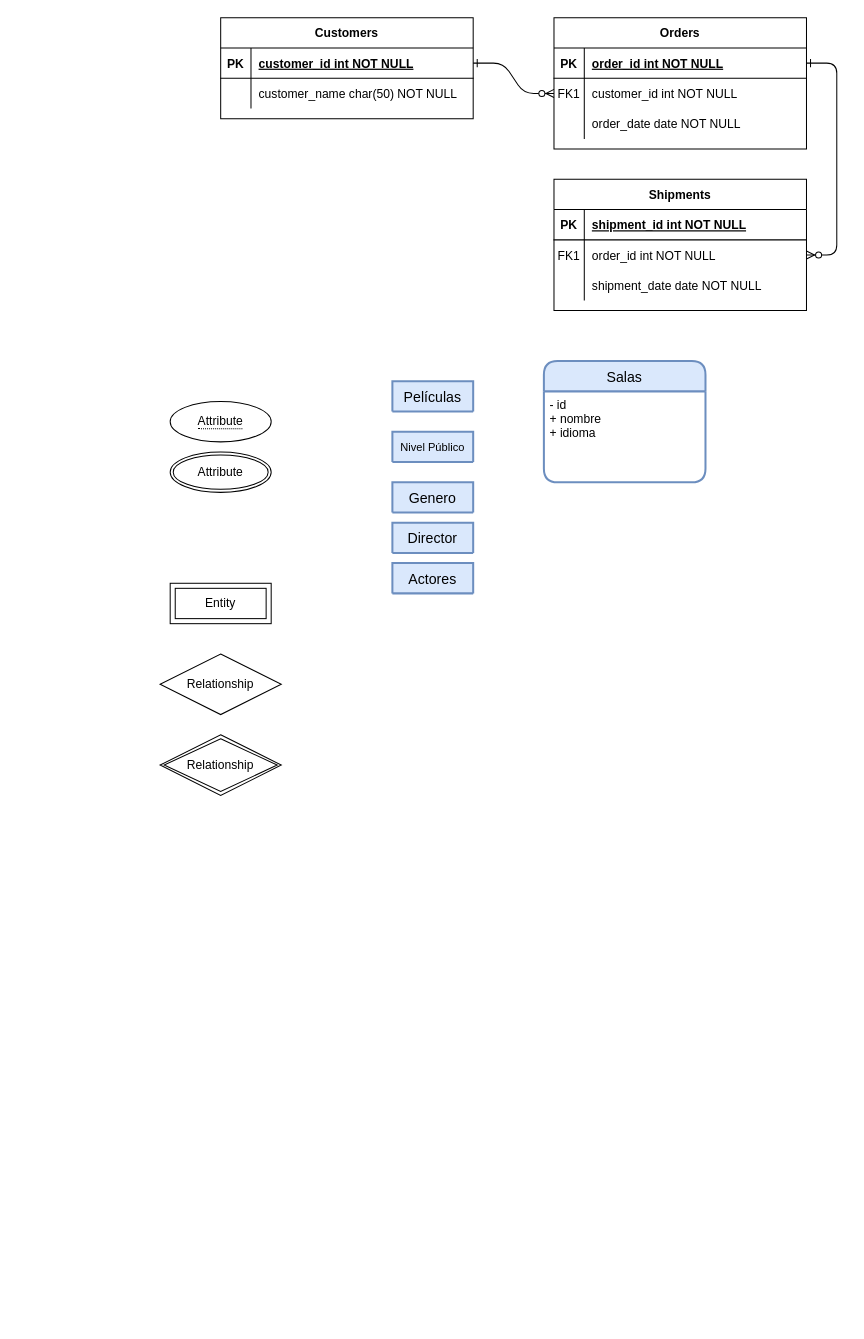
The draw.io diagram E-R/er.drawio in alexanderhacks/Proyecto-BD, before the edit. Source tidied: cells renumbered, new cells numbered last; positions are measured from the earlier drawing's top-left corner, leaving out a move shared by most shapes. Both pictures are drawn from the tidied source at 101%, with x=0, y=0 at pixel (160, 17).
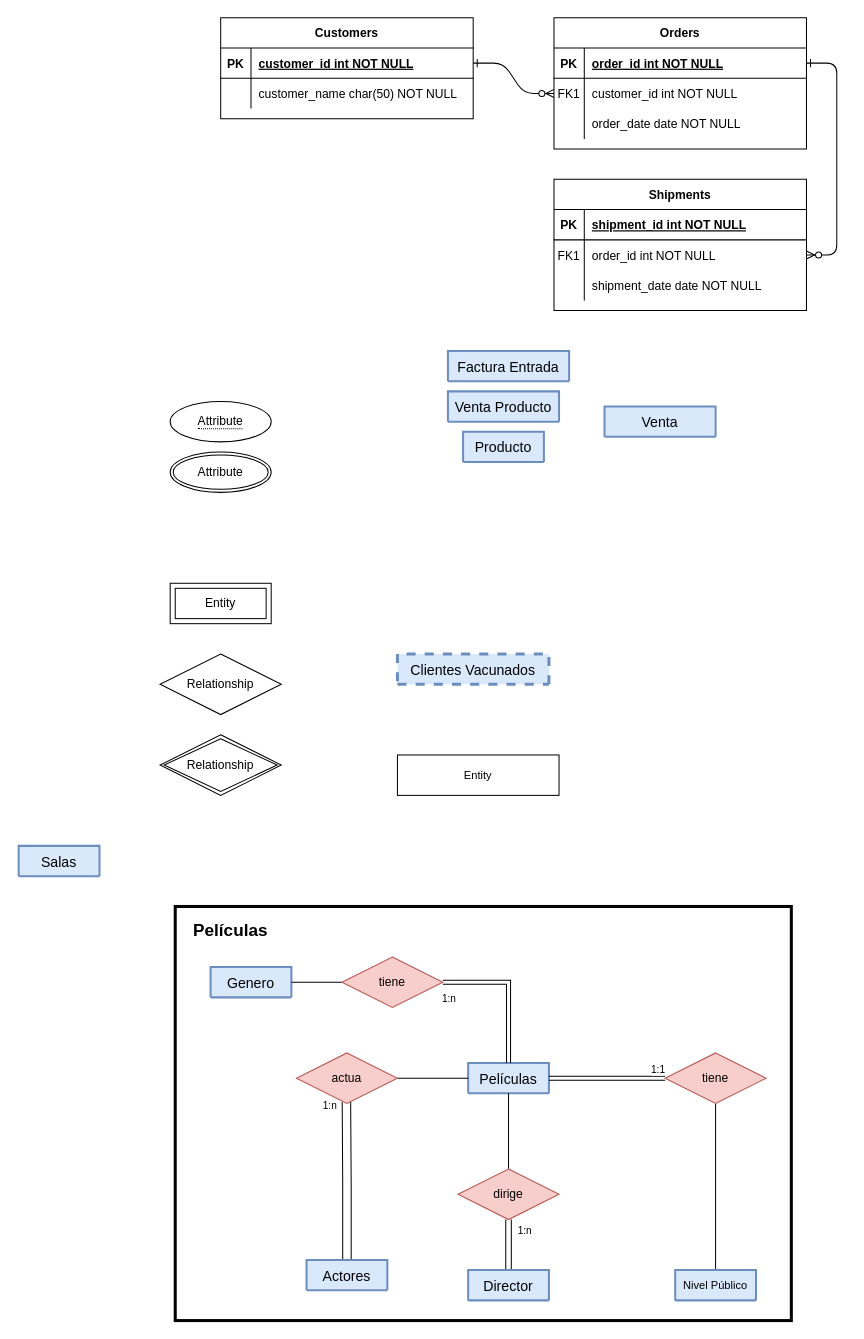
After the change.

Change to the diagram source:
```diff
@@
+    <mxCell id="43" style="rounded=0;whiteSpace=wrap;html=1;labelBackgroundColor=none;labelBorderColor=none;fontSize=11;strokeWidth=3;align=center;verticalAlign=middle;fillColor=none;" parent="1" vertex="1">
+      <mxGeometry x="15" y="880" width="610" height="410" as="geometry" />
+    </mxCell>
@@
+    <mxCell id="44" style="edgeStyle=orthogonalEdgeStyle;shape=link;rounded=0;jettySize=auto;html=1;fontSize=17;endArrow=none;endFill=0;width=-8.387096774193548;entryX=0.495;entryY=0.969;entryDx=0;entryDy=0;entryPerimeter=0;" parent="1" edge="1" source="36" target="59">
+      <mxGeometry relative="1" as="geometry" />
+    </mxCell>
+    <mxCell id="45" value="1:n" style="edgeLabel;html=1;align=center;verticalAlign=middle;fontSize=10;" parent="44" vertex="1">
+      <mxGeometry x="0.72" y="-3" relative="1" as="geometry">
+        <mxPoint x="-20" y="-19" as="offset" />
+      </mxGeometry>
+    </mxCell>
     <mxCell id="36" value="Actores" style="swimlane;horizontal=1;startSize=30;rounded=1;fontSize=14;fontStyle=0;strokeWidth=2;shadow=0;dashed=0;align=center;fillColor=#dae8fc;strokeColor=#6c8ebf;" parent="1" vertex="1" collapsed="1">
-      <mxGeometry x="230" y="540" width="80" height="30" as="geometry" />
+      <mxGeometry x="145" y="1230" width="80" height="30" as="geometry" />
     </mxCell>
+    <mxCell id="46" style="edgeStyle=orthogonalEdgeStyle;rounded=0;jettySize=auto;html=1;fontSize=17;endArrow=none;endFill=0;shape=link;width=-5.483870967741936;" parent="1" edge="1" source="37" target="57">
+      <mxGeometry relative="1" as="geometry">
+        <Array as="points">
+          <mxPoint x="345" y="1210" />
+          <mxPoint x="345" y="1210" />
+        </Array>
+      </mxGeometry>
+    </mxCell>
+    <mxCell id="47" value="1:n" style="edgeLabel;html=1;align=center;verticalAlign=middle;fontSize=10;" parent="46" vertex="1">
+      <mxGeometry x="0.78" y="-3" relative="1" as="geometry">
+        <mxPoint x="12" y="5" as="offset" />
+      </mxGeometry>
+    </mxCell>
     <mxCell id="37" value="Director" style="swimlane;horizontal=1;startSize=30;rounded=1;fontSize=14;fontStyle=0;strokeWidth=2;shadow=0;dashed=0;align=center;fillColor=#dae8fc;strokeColor=#6c8ebf;" parent="1" vertex="1" collapsed="1">
-      <mxGeometry x="230" y="500" width="80" height="30" as="geometry" />
+      <mxGeometry x="305" y="1240" width="80" height="30" as="geometry" />
     </mxCell>
     <mxCell id="38" value="Películas" style="swimlane;horizontal=1;startSize=30;rounded=1;fontSize=14;fontStyle=0;strokeWidth=2;shadow=0;dashed=0;align=center;fillColor=#dae8fc;strokeColor=#6c8ebf;" parent="1" vertex="1" collapsed="1">
-      <mxGeometry x="230" y="360" width="80" height="30" as="geometry" />
+      <mxGeometry x="305" y="1035" width="80" height="30" as="geometry" />
     </mxCell>
     <mxCell id="39" value="Genero" style="swimlane;horizontal=1;startSize=30;rounded=1;fontSize=14;fontStyle=0;strokeWidth=2;shadow=0;dashed=0;align=center;fillColor=#dae8fc;strokeColor=#6c8ebf;" parent="1" vertex="1" collapsed="1">
-      <mxGeometry x="230" y="460" width="80" height="30" as="geometry" />
+      <mxGeometry x="50" y="940" width="80" height="30" as="geometry" />
     </mxCell>
+    <mxCell id="48" style="edgeStyle=orthogonalEdgeStyle;rounded=0;jettySize=auto;html=1;fontSize=17;endArrow=none;endFill=0;" parent="1" edge="1" source="40" target="62">
+      <mxGeometry relative="1" as="geometry" />
+    </mxCell>
     <mxCell id="40" value="Nivel Público" style="swimlane;horizontal=1;startSize=30;rounded=1;fontSize=11;fontStyle=0;strokeWidth=2;shadow=0;dashed=0;align=center;fillColor=#dae8fc;strokeColor=#6c8ebf;" parent="1" vertex="1" collapsed="1">
-      <mxGeometry x="230" y="410" width="80" height="30" as="geometry" />
+      <mxGeometry x="510" y="1240" width="80" height="30" as="geometry" />
     </mxCell>
-    <mxCell id="41" value="Salas" style="swimlane;horizontal=1;startSize=30;rounded=1;fontSize=14;fontStyle=0;strokeWidth=2;shadow=0;dashed=0;align=center;fillColor=#dae8fc;strokeColor=#6c8ebf;" parent="1" vertex="1">
-      <mxGeometry x="380" y="340" width="160" height="120" as="geometry" />
+    <mxCell id="41" value="Salas" style="swimlane;horizontal=1;startSize=30;rounded=1;fontSize=14;fontStyle=0;strokeWidth=2;shadow=0;dashed=0;align=center;fillColor=#dae8fc;strokeColor=#6c8ebf;" parent="1" vertex="1" collapsed="1">
+      <mxGeometry x="-140" y="820" width="80" height="30" as="geometry" />
     </mxCell>
-    <mxCell id="42" value="- id&#10;+ nombre&#10;+ idioma" style="align=left;strokeColor=none;fillColor=none;spacingLeft=4;fontSize=12;verticalAlign=top;" parent="41" vertex="1">
-      <mxGeometry y="30" width="160" height="90" as="geometry" />
-    </mxCell>
+    <mxCell id="49" value="Producto" style="swimlane;horizontal=1;startSize=30;rounded=1;fontSize=14;fontStyle=0;strokeWidth=2;shadow=0;dashed=0;align=center;fillColor=#dae8fc;strokeColor=#6c8ebf;" parent="1" vertex="1" collapsed="1">
+      <mxGeometry x="300" y="410" width="80" height="30" as="geometry" />
+    </mxCell>
+    <mxCell id="50" value="Factura Entrada" style="swimlane;horizontal=1;startSize=30;rounded=1;fontSize=14;fontStyle=0;strokeWidth=2;shadow=0;dashed=0;align=center;fillColor=#dae8fc;strokeColor=#6c8ebf;verticalAlign=middle;" parent="1" vertex="1" collapsed="1">
+      <mxGeometry x="285" y="330" width="120" height="30" as="geometry" />
+    </mxCell>
+    <mxCell id="51" value="Venta Producto" style="swimlane;horizontal=1;startSize=30;rounded=1;fontSize=14;fontStyle=0;strokeWidth=2;shadow=0;dashed=0;align=center;fillColor=#dae8fc;strokeColor=#6c8ebf;" parent="1" vertex="1" collapsed="1">
+      <mxGeometry x="285" y="370" width="110" height="30" as="geometry" />
+    </mxCell>
+    <mxCell id="52" value="Venta" style="swimlane;horizontal=1;startSize=30;rounded=1;fontSize=14;fontStyle=0;strokeWidth=2;shadow=0;dashed=0;align=center;fillColor=#dae8fc;strokeColor=#6c8ebf;" parent="1" vertex="1" collapsed="1">
+      <mxGeometry x="440" y="385" width="110" height="30" as="geometry" />
+    </mxCell>
+    <mxCell id="53" value="Clientes Vacunados" style="swimlane;horizontal=1;startSize=30;rounded=1;fontSize=14;fontStyle=0;strokeWidth=3;shadow=0;dashed=1;align=center;fillColor=#dae8fc;strokeColor=#6c8ebf;labelBorderColor=none;labelBackgroundColor=none;" parent="1" vertex="1" collapsed="1">
+      <mxGeometry x="235" y="630" width="150" height="30" as="geometry" />
+    </mxCell>
+    <mxCell id="54" value="Entity" style="whiteSpace=wrap;html=1;align=center;fontSize=11;" parent="1" vertex="1">
+      <mxGeometry x="235" y="730" width="160" height="40" as="geometry" />
+    </mxCell>
+    <mxCell id="55" value="&lt;b&gt;&lt;font style=&quot;font-size: 17px&quot;&gt;Películas&lt;/font&gt;&lt;/b&gt;" style="text;html=1;strokeColor=none;fillColor=none;align=center;verticalAlign=middle;whiteSpace=wrap;rounded=0;labelBackgroundColor=none;labelBorderColor=none;fontSize=11;" parent="1" vertex="1">
+      <mxGeometry x="40" y="890" width="60" height="30" as="geometry" />
+    </mxCell>
+    <mxCell id="56" style="edgeStyle=orthogonalEdgeStyle;rounded=0;jettySize=auto;html=1;fontSize=17;endArrow=none;endFill=0;" parent="1" edge="1" source="57" target="38">
+      <mxGeometry relative="1" as="geometry" />
+    </mxCell>
+    <mxCell id="57" value="dirige" style="shape=rhombus;perimeter=rhombusPerimeter;whiteSpace=wrap;html=1;align=center;fillColor=#f8cecc;strokeColor=#b85450;" parent="1" vertex="1">
+      <mxGeometry x="295" y="1140" width="100" height="50" as="geometry" />
+    </mxCell>
+    <mxCell id="58" style="edgeStyle=orthogonalEdgeStyle;rounded=0;jettySize=auto;html=1;fontSize=17;endArrow=none;endFill=0;" parent="1" edge="1" source="59" target="38">
+      <mxGeometry relative="1" as="geometry" />
+    </mxCell>
+    <mxCell id="59" value="actua" style="shape=rhombus;perimeter=rhombusPerimeter;whiteSpace=wrap;html=1;align=center;fillColor=#f8cecc;strokeColor=#b85450;" parent="1" vertex="1">
+      <mxGeometry x="135" y="1025" width="100" height="50" as="geometry" />
+    </mxCell>
+    <mxCell id="60" style="edgeStyle=orthogonalEdgeStyle;rounded=0;jettySize=auto;html=1;fontSize=17;endArrow=none;endFill=0;startArrow=classic;startFill=1;entryX=1;entryY=0.5;entryDx=0;entryDy=0;strokeColor=default;shape=link;" parent="1" edge="1" source="62" target="38">
+      <mxGeometry relative="1" as="geometry" />
+    </mxCell>
+    <mxCell id="61" value="1:1" style="edgeLabel;html=1;align=center;verticalAlign=middle;fontSize=10;" parent="60" vertex="1">
+      <mxGeometry x="-0.82" y="-1" relative="1" as="geometry">
+        <mxPoint x="2" y="-9" as="offset" />
+      </mxGeometry>
+    </mxCell>
+    <mxCell id="62" value="tiene" style="shape=rhombus;perimeter=rhombusPerimeter;whiteSpace=wrap;html=1;align=center;fillColor=#f8cecc;strokeColor=#b85450;" parent="1" vertex="1">
+      <mxGeometry x="500" y="1025" width="100" height="50" as="geometry" />
+    </mxCell>
+    <mxCell id="63" style="edgeStyle=orthogonalEdgeStyle;rounded=0;jettySize=auto;html=1;fontSize=10;startArrow=none;startFill=0;endArrow=none;endFill=0;strokeColor=default;" parent="1" edge="1" source="66" target="39">
+      <mxGeometry relative="1" as="geometry" />
+    </mxCell>
+    <mxCell id="64" style="edgeStyle=orthogonalEdgeStyle;shape=link;rounded=0;jettySize=auto;html=1;entryX=0.5;entryY=0;entryDx=0;entryDy=0;fontSize=10;startArrow=classic;startFill=1;endArrow=none;endFill=0;strokeColor=default;" parent="1" edge="1" source="66" target="38">
+      <mxGeometry relative="1" as="geometry" />
+    </mxCell>
+    <mxCell id="65" value="1:n" style="edgeLabel;html=1;align=center;verticalAlign=middle;fontSize=10;" parent="64" vertex="1">
+      <mxGeometry x="-0.87" relative="1" as="geometry">
+        <mxPoint x="-4" y="15" as="offset" />
+      </mxGeometry>
+    </mxCell>
+    <mxCell id="66" value="tiene" style="shape=rhombus;perimeter=rhombusPerimeter;whiteSpace=wrap;html=1;align=center;fillColor=#f8cecc;strokeColor=#b85450;" parent="1" vertex="1">
+      <mxGeometry x="180" y="930" width="100" height="50" as="geometry" />
+    </mxCell>
```
